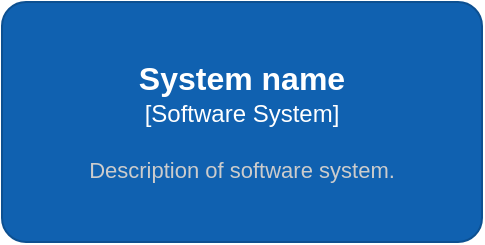
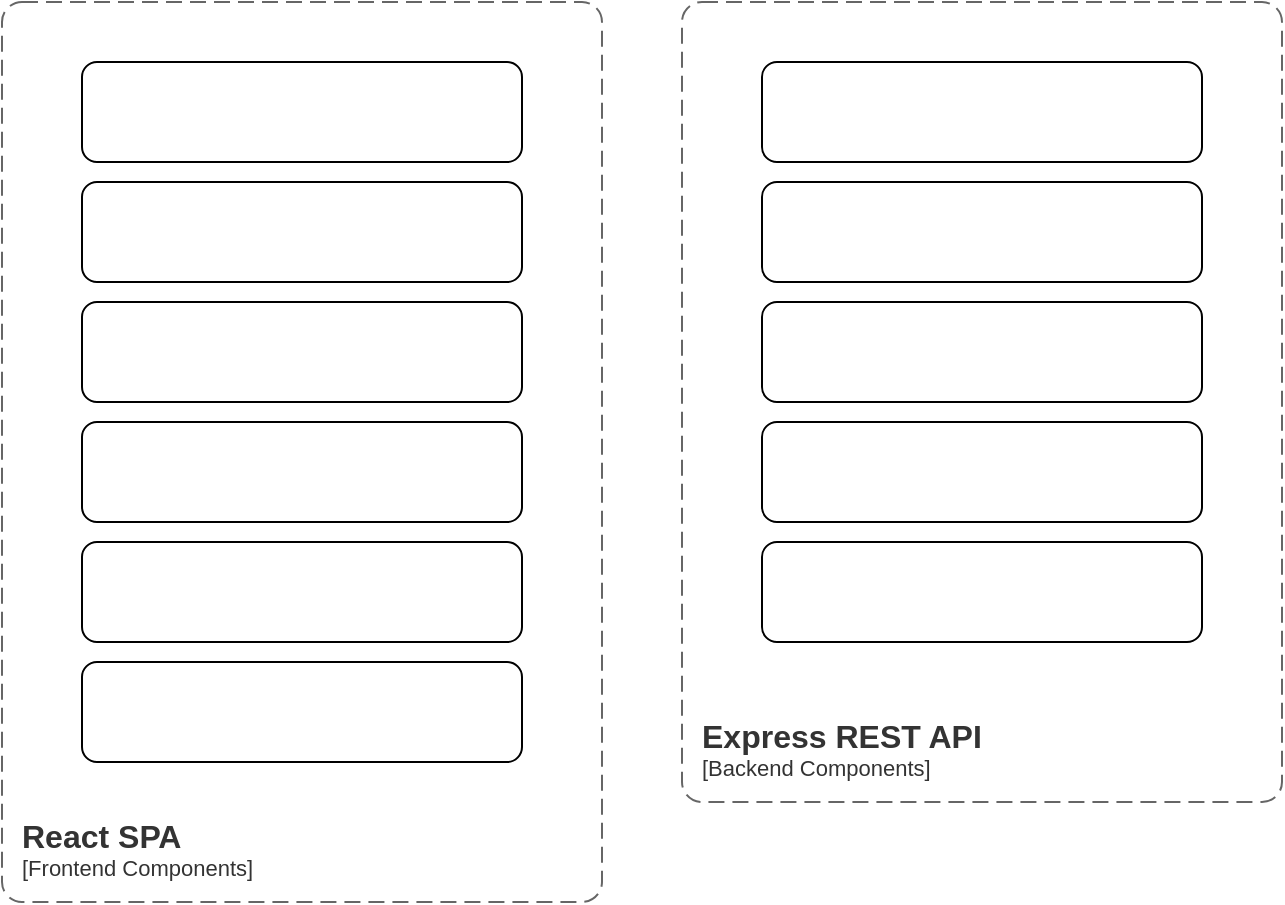
<mxfile host="app.diagrams.net">
  <diagram name="Page-1" id="xT802N5lbKtK9KzVrm70">
-     <mxGraphModel dx="2054" dy="1111" grid="1" gridSize="10" guides="1" tooltips="1" connect="1" arrows="1" fold="1" page="1" pageScale="1" pageWidth="850" pageHeight="1100" math="0" shadow="0">
+     <mxGraphModel dx="1417" dy="766" grid="1" gridSize="10" guides="1" tooltips="1" connect="1" arrows="1" fold="1" page="1" pageScale="1" pageWidth="850" pageHeight="1100" math="0" shadow="0">
      <root>
        <mxCell id="0" />
        <mxCell id="1" parent="0" />
-         <object placeholders="1" c4Name="System name" c4Type="Software System" c4Description="Description of software system." label="&lt;font style=&quot;font-size: 16px&quot;&gt;&lt;b&gt;%c4Name%&lt;/b&gt;&lt;/font&gt;&lt;div&gt;[%c4Type%]&lt;/div&gt;&lt;br&gt;&lt;div&gt;&lt;font style=&quot;font-size: 11px&quot;&gt;&lt;font color=&quot;#cccccc&quot;&gt;%c4Description%&lt;/font&gt;&lt;/div&gt;" id="BPi-NKij9DxLFzjEMLBd-1">
-           <mxCell parent="1" style="rounded=1;whiteSpace=wrap;html=1;labelBackgroundColor=none;fillColor=#1061B0;fontColor=#ffffff;align=center;arcSize=10;strokeColor=#0D5091;metaEdit=1;resizable=0;points=[[0.25,0,0],[0.5,0,0],[0.75,0,0],[1,0.25,0],[1,0.5,0],[1,0.75,0],[0.75,1,0],[0.5,1,0],[0.25,1,0],[0,0.75,0],[0,0.5,0],[0,0.25,0]];" vertex="1">
-             <mxGeometry height="120" width="240" x="310" y="450" as="geometry" />
+         <object placeholders="1" c4Name="React SPA" c4Type="ContainerScopeBoundary" c4Application="Frontend Components" label="&lt;font style=&quot;font-size: 16px&quot;&gt;&lt;b&gt;&lt;div style=&quot;text-align: left&quot;&gt;%c4Name%&lt;/div&gt;&lt;/b&gt;&lt;/font&gt;&lt;div style=&quot;text-align: left&quot;&gt;[%c4Application%]&lt;/div&gt;" id="f1frLIjitfVD0vxHUTSj-2">
+           <mxCell parent="1" style="rounded=1;fontSize=11;whiteSpace=wrap;html=1;dashed=1;arcSize=20;fillColor=none;strokeColor=#666666;fontColor=#333333;labelBackgroundColor=none;align=left;verticalAlign=bottom;labelBorderColor=none;spacingTop=0;spacing=10;dashPattern=8 4;metaEdit=1;rotatable=0;perimeter=rectanglePerimeter;noLabel=0;labelPadding=0;allowArrows=0;connectable=0;expand=0;recursiveResize=0;editable=1;pointerEvents=0;absoluteArcSize=1;points=[[0.25,0,0],[0.5,0,0],[0.75,0,0],[1,0.25,0],[1,0.5,0],[1,0.75,0],[0.75,1,0],[0.5,1,0],[0.25,1,0],[0,0.75,0],[0,0.5,0],[0,0.25,0]];" vertex="1">
+             <mxGeometry height="450" width="300" x="100" y="260" as="geometry" />
          </mxCell>
        </object>
+         <object placeholders="1" c4Name="Express REST API" c4Type="ContainerScopeBoundary" c4Application="Backend Components" label="&lt;font style=&quot;font-size: 16px&quot;&gt;&lt;b&gt;&lt;div style=&quot;text-align: left&quot;&gt;%c4Name%&lt;/div&gt;&lt;/b&gt;&lt;/font&gt;&lt;div style=&quot;text-align: left&quot;&gt;[%c4Application%]&lt;/div&gt;" id="f1frLIjitfVD0vxHUTSj-3">
+           <mxCell parent="1" style="rounded=1;fontSize=11;whiteSpace=wrap;html=1;dashed=1;arcSize=20;fillColor=none;strokeColor=#666666;fontColor=#333333;labelBackgroundColor=none;align=left;verticalAlign=bottom;labelBorderColor=none;spacingTop=0;spacing=10;dashPattern=8 4;metaEdit=1;rotatable=0;perimeter=rectanglePerimeter;noLabel=0;labelPadding=0;allowArrows=0;connectable=0;expand=0;recursiveResize=0;editable=1;pointerEvents=0;absoluteArcSize=1;points=[[0.25,0,0],[0.5,0,0],[0.75,0,0],[1,0.25,0],[1,0.5,0],[1,0.75,0],[0.75,1,0],[0.5,1,0],[0.25,1,0],[0,0.75,0],[0,0.5,0],[0,0.25,0]];" vertex="1">
+             <mxGeometry height="400" width="300" x="440" y="260" as="geometry" />
+           </mxCell>
+         </object>
+         <mxCell id="f1frLIjitfVD0vxHUTSj-5" parent="1" style="rounded=1;whiteSpace=wrap;html=1;" value="" vertex="1">
+           <mxGeometry height="50" width="220" x="140" y="290" as="geometry" />
+         </mxCell>
+         <mxCell id="f1frLIjitfVD0vxHUTSj-6" parent="1" style="rounded=1;whiteSpace=wrap;html=1;" value="" vertex="1">
+           <mxGeometry height="50" width="220" x="140" y="350" as="geometry" />
+         </mxCell>
+         <mxCell id="f1frLIjitfVD0vxHUTSj-7" parent="1" style="rounded=1;whiteSpace=wrap;html=1;" value="" vertex="1">
+           <mxGeometry height="50" width="220" x="140" y="410" as="geometry" />
+         </mxCell>
+         <mxCell id="f1frLIjitfVD0vxHUTSj-8" parent="1" style="rounded=1;whiteSpace=wrap;html=1;" value="" vertex="1">
+           <mxGeometry height="50" width="220" x="140" y="470" as="geometry" />
+         </mxCell>
+         <mxCell id="f1frLIjitfVD0vxHUTSj-9" parent="1" style="rounded=1;whiteSpace=wrap;html=1;" value="" vertex="1">
+           <mxGeometry height="50" width="220" x="140" y="530" as="geometry" />
+         </mxCell>
+         <mxCell id="f1frLIjitfVD0vxHUTSj-10" parent="1" style="rounded=1;whiteSpace=wrap;html=1;" value="" vertex="1">
+           <mxGeometry height="50" width="220" x="140" y="590" as="geometry" />
+         </mxCell>
+         <mxCell id="f1frLIjitfVD0vxHUTSj-11" parent="1" style="rounded=1;whiteSpace=wrap;html=1;" value="" vertex="1">
+           <mxGeometry height="50" width="220" x="480" y="290" as="geometry" />
+         </mxCell>
+         <mxCell id="f1frLIjitfVD0vxHUTSj-12" parent="1" style="rounded=1;whiteSpace=wrap;html=1;" value="" vertex="1">
+           <mxGeometry height="50" width="220" x="480" y="350" as="geometry" />
+         </mxCell>
+         <mxCell id="f1frLIjitfVD0vxHUTSj-13" parent="1" style="rounded=1;whiteSpace=wrap;html=1;" value="" vertex="1">
+           <mxGeometry height="50" width="220" x="480" y="410" as="geometry" />
+         </mxCell>
+         <mxCell id="f1frLIjitfVD0vxHUTSj-14" parent="1" style="rounded=1;whiteSpace=wrap;html=1;" value="" vertex="1">
+           <mxGeometry height="50" width="220" x="480" y="470" as="geometry" />
+         </mxCell>
+         <mxCell id="f1frLIjitfVD0vxHUTSj-15" parent="1" style="rounded=1;whiteSpace=wrap;html=1;" value="" vertex="1">
+           <mxGeometry height="50" width="220" x="480" y="530" as="geometry" />
+         </mxCell>
      </root>
    </mxGraphModel>
  </diagram>
</mxfile>
